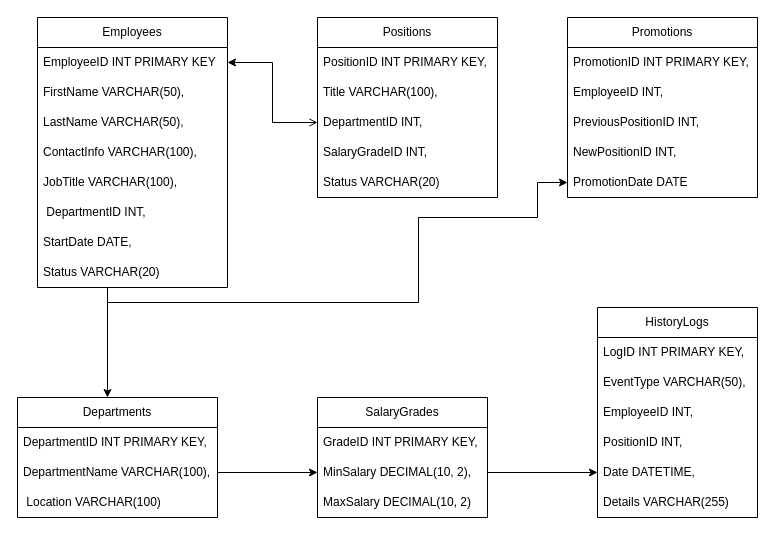
Earlier version of the draw.io diagram Untitled Diagram.drawio (Ynn0/Plantilla). Source tidied: cells renumbered, new cells numbered last; positions are measured from the earlier drawing's top-left corner, leaving out a move shared by most shapes. Both pictures are drawn from the tidied source at 100%, with x=0, y=0 at pixel (17, 17).
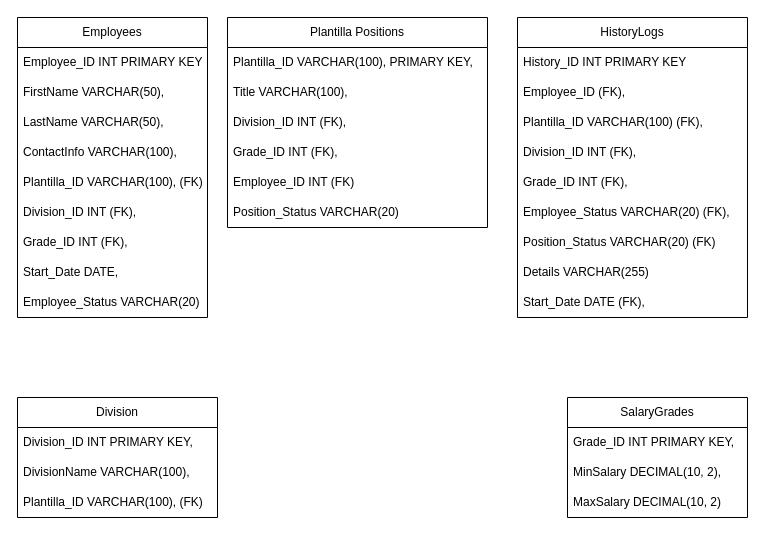
Above is the later version.

Diff of the diagram source:
```diff
@@
-    <mxCell id="2" value="Employees" style="swimlane;fontStyle=0;horizontal=1;startSize=30;whiteSpace=wrap;html=1;" parent="1" vertex="1">
-      <mxGeometry x="20" width="190" height="270" as="geometry" />
+    <mxCell id="2" value="Employees" style="swimlane;fontStyle=0;horizontal=1;startSize=30;whiteSpace=wrap;html=1;labelBackgroundColor=none;" parent="1" vertex="1">
+      <mxGeometry width="190" height="300" as="geometry" />
     </mxCell>
-    <mxCell id="3" value="EmployeeID INT PRIMARY KEY" style="text;strokeColor=none;fillColor=none;align=left;verticalAlign=middle;spacingLeft=4;spacingRight=4;overflow=hidden;points=[[0,0.5],[1,0.5]];portConstraint=eastwest;whiteSpace=wrap;html=1;" parent="2" vertex="1">
+    <mxCell id="3" value="Employee_ID INT PRIMARY KEY" style="text;strokeColor=none;fillColor=none;align=left;verticalAlign=middle;spacingLeft=4;spacingRight=4;overflow=hidden;points=[[0,0.5],[1,0.5]];portConstraint=eastwest;whiteSpace=wrap;html=1;labelBackgroundColor=none;" parent="2" vertex="1">
       <mxGeometry y="30" width="190" height="30" as="geometry" />
     </mxCell>
-    <mxCell id="4" value="FirstName VARCHAR(50)," style="text;strokeColor=none;fillColor=none;align=left;verticalAlign=middle;spacingLeft=4;spacingRight=4;overflow=hidden;whiteSpace=wrap;html=1;" parent="2" vertex="1">
+    <mxCell id="4" value="FirstName VARCHAR(50)," style="text;strokeColor=none;fillColor=none;align=left;verticalAlign=middle;spacingLeft=4;spacingRight=4;overflow=hidden;whiteSpace=wrap;html=1;labelBackgroundColor=none;" parent="2" vertex="1">
       <mxGeometry y="60" width="190" height="30" as="geometry" />
     </mxCell>
-    <mxCell id="5" value="LastName VARCHAR(50)," style="text;strokeColor=none;fillColor=none;align=left;verticalAlign=middle;spacingLeft=4;spacingRight=4;overflow=hidden;whiteSpace=wrap;html=1;" parent="2" vertex="1">
+    <mxCell id="5" value="LastName VARCHAR(50)," style="text;strokeColor=none;fillColor=none;align=left;verticalAlign=middle;spacingLeft=4;spacingRight=4;overflow=hidden;whiteSpace=wrap;html=1;labelBackgroundColor=none;" parent="2" vertex="1">
       <mxGeometry y="90" width="190" height="30" as="geometry" />
     </mxCell>
-    <mxCell id="6" value="ContactInfo VARCHAR(100)," style="text;strokeColor=none;fillColor=none;align=left;verticalAlign=middle;spacingLeft=4;spacingRight=4;overflow=hidden;whiteSpace=wrap;html=1;" parent="2" vertex="1">
+    <mxCell id="6" value="ContactInfo VARCHAR(100)," style="text;strokeColor=none;fillColor=none;align=left;verticalAlign=middle;spacingLeft=4;spacingRight=4;overflow=hidden;whiteSpace=wrap;html=1;labelBackgroundColor=none;" parent="2" vertex="1">
       <mxGeometry y="120" width="190" height="30" as="geometry" />
     </mxCell>
-    <mxCell id="7" value="JobTitle VARCHAR(100)," style="text;strokeColor=none;fillColor=none;align=left;verticalAlign=middle;spacingLeft=4;spacingRight=4;overflow=hidden;whiteSpace=wrap;html=1;" parent="2" vertex="1">
+    <mxCell id="7" value="Plantilla_ID VARCHAR(100), (FK)" style="text;strokeColor=none;fillColor=none;align=left;verticalAlign=middle;spacingLeft=4;spacingRight=4;overflow=hidden;whiteSpace=wrap;html=1;labelBackgroundColor=none;" parent="2" vertex="1">
       <mxGeometry y="150" width="190" height="30" as="geometry" />
     </mxCell>
-    <mxCell id="8" value="&amp;nbsp;DepartmentID INT," style="text;strokeColor=none;fillColor=none;align=left;verticalAlign=middle;spacingLeft=4;spacingRight=4;overflow=hidden;whiteSpace=wrap;html=1;" parent="2" vertex="1">
+    <mxCell id="8" value="Division_ID INT (FK)," style="text;strokeColor=none;fillColor=none;align=left;verticalAlign=middle;spacingLeft=4;spacingRight=4;overflow=hidden;whiteSpace=wrap;html=1;labelBackgroundColor=none;" parent="2" vertex="1">
       <mxGeometry y="180" width="190" height="30" as="geometry" />
     </mxCell>
-    <mxCell id="9" value="StartDate DATE," style="text;strokeColor=none;fillColor=none;align=left;verticalAlign=middle;spacingLeft=4;spacingRight=4;overflow=hidden;whiteSpace=wrap;html=1;" parent="2" vertex="1">
+    <mxCell id="9" value="Grade_ID INT (FK)," style="text;strokeColor=none;fillColor=none;align=left;verticalAlign=middle;spacingLeft=4;spacingRight=4;overflow=hidden;whiteSpace=wrap;html=1;labelBackgroundColor=none;" parent="2" vertex="1">
       <mxGeometry y="210" width="190" height="30" as="geometry" />
     </mxCell>
+    <mxCell id="43" value="Start_Date DATE," style="text;strokeColor=none;fillColor=none;align=left;verticalAlign=middle;spacingLeft=4;spacingRight=4;overflow=hidden;whiteSpace=wrap;html=1;labelBackgroundColor=none;" parent="2" vertex="1">
+      <mxGeometry y="240" width="190" height="30" as="geometry" />
+    </mxCell>
-    <mxCell id="10" value="Status VARCHAR(20)" style="text;strokeColor=none;fillColor=none;align=left;verticalAlign=middle;spacingLeft=4;spacingRight=4;overflow=hidden;whiteSpace=wrap;html=1;" parent="2" vertex="1">
-      <mxGeometry y="240" width="190" height="30" as="geometry" />
+    <mxCell id="10" value="Employee_Status VARCHAR(20)" style="text;strokeColor=none;fillColor=none;align=left;verticalAlign=middle;spacingLeft=4;spacingRight=4;overflow=hidden;whiteSpace=wrap;html=1;labelBackgroundColor=none;" parent="2" vertex="1">
+      <mxGeometry y="270" width="190" height="30" as="geometry" />
     </mxCell>
-    <mxCell id="11" value="Positions" style="swimlane;fontStyle=0;horizontal=1;startSize=30;whiteSpace=wrap;html=1;" parent="1" vertex="1">
-      <mxGeometry x="300" width="180" height="180" as="geometry" />
+    <mxCell id="11" value="Plantilla Positions" style="swimlane;fontStyle=0;horizontal=1;startSize=30;whiteSpace=wrap;html=1;labelBackgroundColor=none;" parent="1" vertex="1">
+      <mxGeometry x="210" width="260" height="210" as="geometry" />
     </mxCell>
-    <mxCell id="12" value="PositionID INT PRIMARY KEY," style="text;strokeColor=none;fillColor=none;align=left;verticalAlign=middle;spacingLeft=4;spacingRight=4;overflow=hidden;whiteSpace=wrap;html=1;" parent="11" vertex="1">
-      <mxGeometry y="30" width="180" height="30" as="geometry" />
+    <mxCell id="12" value="Plantilla_ID VARCHAR(100),&amp;nbsp;PRIMARY KEY," style="text;strokeColor=none;fillColor=none;align=left;verticalAlign=middle;spacingLeft=4;spacingRight=4;overflow=hidden;whiteSpace=wrap;html=1;labelBackgroundColor=none;" parent="11" vertex="1">
+      <mxGeometry y="30" width="260" height="30" as="geometry" />
     </mxCell>
-    <mxCell id="13" value="Title VARCHAR(100)," style="text;strokeColor=none;fillColor=none;align=left;verticalAlign=middle;spacingLeft=4;spacingRight=4;overflow=hidden;whiteSpace=wrap;html=1;" parent="11" vertex="1">
-      <mxGeometry y="60" width="180" height="30" as="geometry" />
+    <mxCell id="13" value="Title VARCHAR(100)," style="text;strokeColor=none;fillColor=none;align=left;verticalAlign=middle;spacingLeft=4;spacingRight=4;overflow=hidden;whiteSpace=wrap;html=1;labelBackgroundColor=none;" parent="11" vertex="1">
+      <mxGeometry y="60" width="260" height="30" as="geometry" />
     </mxCell>
-    <mxCell id="14" value="DepartmentID INT," style="text;strokeColor=none;fillColor=none;align=left;verticalAlign=middle;spacingLeft=4;spacingRight=4;overflow=hidden;points=[[0,0.5],[1,0.5]];portConstraint=eastwest;whiteSpace=wrap;html=1;" parent="11" vertex="1">
-      <mxGeometry y="90" width="180" height="30" as="geometry" />
+    <mxCell id="14" value="Division_ID INT (FK)," style="text;strokeColor=none;fillColor=none;align=left;verticalAlign=middle;spacingLeft=4;spacingRight=4;overflow=hidden;points=[[0,0.5],[1,0.5]];portConstraint=eastwest;whiteSpace=wrap;html=1;labelBackgroundColor=none;" parent="11" vertex="1">
+      <mxGeometry y="90" width="260" height="30" as="geometry" />
     </mxCell>
-    <mxCell id="15" value="SalaryGradeID INT," style="text;strokeColor=none;fillColor=none;align=left;verticalAlign=middle;spacingLeft=4;spacingRight=4;overflow=hidden;whiteSpace=wrap;html=1;" parent="11" vertex="1">
-      <mxGeometry y="120" width="180" height="30" as="geometry" />
-    </mxCell>
-    <mxCell id="16" value="Status VARCHAR(20)" style="text;strokeColor=none;fillColor=none;align=left;verticalAlign=middle;spacingLeft=4;spacingRight=4;overflow=hidden;whiteSpace=wrap;html=1;" parent="11" vertex="1">
-      <mxGeometry y="150" width="180" height="30" as="geometry" />
-    </mxCell>
-    <mxCell id="17" value="Promotions" style="swimlane;fontStyle=0;horizontal=1;startSize=30;whiteSpace=wrap;html=1;" parent="1" vertex="1">
-      <mxGeometry x="550" width="190" height="180" as="geometry" />
-    </mxCell>
-    <mxCell id="18" value="PromotionID INT PRIMARY KEY," style="text;strokeColor=none;fillColor=none;align=left;verticalAlign=middle;spacingLeft=4;spacingRight=4;overflow=hidden;whiteSpace=wrap;html=1;" parent="17" vertex="1">
-      <mxGeometry y="30" width="190" height="30" as="geometry" />
-    </mxCell>
-    <mxCell id="19" value="EmployeeID INT," style="text;strokeColor=none;fillColor=none;align=left;verticalAlign=middle;spacingLeft=4;spacingRight=4;overflow=hidden;whiteSpace=wrap;html=1;" parent="17" vertex="1">
-      <mxGeometry y="60" width="190" height="30" as="geometry" />
-    </mxCell>
-    <mxCell id="20" value="PreviousPositionID INT," style="text;strokeColor=none;fillColor=none;align=left;verticalAlign=middle;spacingLeft=4;spacingRight=4;overflow=hidden;whiteSpace=wrap;html=1;" parent="17" vertex="1">
-      <mxGeometry y="90" width="190" height="30" as="geometry" />
-    </mxCell>
-    <mxCell id="21" value="NewPositionID INT," style="text;strokeColor=none;fillColor=none;align=left;verticalAlign=middle;spacingLeft=4;spacingRight=4;overflow=hidden;whiteSpace=wrap;html=1;" parent="17" vertex="1">
-      <mxGeometry y="120" width="190" height="30" as="geometry" />
-    </mxCell>
-    <mxCell id="22" value="PromotionDate DATE" style="text;strokeColor=none;fillColor=none;align=left;verticalAlign=middle;spacingLeft=4;spacingRight=4;overflow=hidden;points=[[0,0.5],[1,0.5]];portConstraint=eastwest;whiteSpace=wrap;html=1;" parent="17" vertex="1">
-      <mxGeometry y="150" width="190" height="30" as="geometry" />
-    </mxCell>
+    <mxCell id="44" value="Grade_ID INT (FK),&amp;nbsp;" style="text;strokeColor=none;fillColor=none;align=left;verticalAlign=middle;spacingLeft=4;spacingRight=4;overflow=hidden;whiteSpace=wrap;html=1;labelBackgroundColor=none;" parent="11" vertex="1">
+      <mxGeometry y="120" width="260" height="30" as="geometry" />
+    </mxCell>
+    <mxCell id="45" value="Employee_ID INT (FK)" style="text;strokeColor=none;fillColor=none;align=left;verticalAlign=middle;spacingLeft=4;spacingRight=4;overflow=hidden;whiteSpace=wrap;html=1;labelBackgroundColor=none;" parent="11" vertex="1">
+      <mxGeometry y="150" width="260" height="30" as="geometry" />
+    </mxCell>
+    <mxCell id="46" value="Position_Status VARCHAR(20)" style="text;strokeColor=none;fillColor=none;align=left;verticalAlign=middle;spacingLeft=4;spacingRight=4;overflow=hidden;whiteSpace=wrap;html=1;labelBackgroundColor=none;" parent="11" vertex="1">
+      <mxGeometry y="180" width="260" height="30" as="geometry" />
+    </mxCell>
-    <mxCell id="23" value="Departments" style="swimlane;fontStyle=0;horizontal=1;startSize=30;whiteSpace=wrap;html=1;" parent="1" vertex="1">
+    <mxCell id="23" value="Division" style="swimlane;fontStyle=0;horizontal=1;startSize=30;whiteSpace=wrap;html=1;labelBackgroundColor=none;" parent="1" vertex="1">
       <mxGeometry y="380" width="200" height="120" as="geometry" />
     </mxCell>
-    <mxCell id="24" value="DepartmentID INT PRIMARY KEY," style="text;strokeColor=none;fillColor=none;align=left;verticalAlign=middle;spacingLeft=4;spacingRight=4;overflow=hidden;whiteSpace=wrap;html=1;" parent="23" vertex="1">
+    <mxCell id="24" value="Division_ID INT PRIMARY KEY," style="text;strokeColor=none;fillColor=none;align=left;verticalAlign=middle;spacingLeft=4;spacingRight=4;overflow=hidden;whiteSpace=wrap;html=1;labelBackgroundColor=none;" parent="23" vertex="1">
       <mxGeometry y="30" width="200" height="30" as="geometry" />
     </mxCell>
-    <mxCell id="25" value="DepartmentName VARCHAR(100)," style="text;strokeColor=none;fillColor=none;align=left;verticalAlign=middle;spacingLeft=4;spacingRight=4;overflow=hidden;points=[[0,0.5],[1,0.5]];portConstraint=eastwest;whiteSpace=wrap;html=1;" parent="23" vertex="1">
+    <mxCell id="25" value="DivisionName VARCHAR(100)," style="text;strokeColor=none;fillColor=none;align=left;verticalAlign=middle;spacingLeft=4;spacingRight=4;overflow=hidden;points=[[0,0.5],[1,0.5]];portConstraint=eastwest;whiteSpace=wrap;html=1;labelBackgroundColor=none;" parent="23" vertex="1">
       <mxGeometry y="60" width="200" height="30" as="geometry" />
     </mxCell>
-    <mxCell id="26" value="&amp;nbsp;Location VARCHAR(100)" style="text;strokeColor=none;fillColor=none;align=left;verticalAlign=middle;spacingLeft=4;spacingRight=4;overflow=hidden;whiteSpace=wrap;html=1;" parent="23" vertex="1">
+    <mxCell id="26" value="Plantilla_ID VARCHAR(100), (FK)" style="text;strokeColor=none;fillColor=none;align=left;verticalAlign=middle;spacingLeft=4;spacingRight=4;overflow=hidden;whiteSpace=wrap;html=1;labelBackgroundColor=none;" parent="23" vertex="1">
       <mxGeometry y="90" width="200" height="30" as="geometry" />
     </mxCell>
-    <mxCell id="27" value="SalaryGrades" style="swimlane;fontStyle=0;horizontal=1;startSize=30;whiteSpace=wrap;html=1;" parent="1" vertex="1">
-      <mxGeometry x="300" y="380" width="170" height="120" as="geometry" />
+    <mxCell id="27" value="SalaryGrades" style="swimlane;fontStyle=0;horizontal=1;startSize=30;whiteSpace=wrap;html=1;labelBackgroundColor=none;" parent="1" vertex="1">
+      <mxGeometry x="550" y="380" width="180" height="120" as="geometry" />
     </mxCell>
-    <mxCell id="28" value="GradeID INT PRIMARY KEY," style="text;strokeColor=none;fillColor=none;align=left;verticalAlign=middle;spacingLeft=4;spacingRight=4;overflow=hidden;whiteSpace=wrap;html=1;" parent="27" vertex="1">
-      <mxGeometry y="30" width="170" height="30" as="geometry" />
+    <mxCell id="28" value="Grade_ID INT PRIMARY KEY," style="text;strokeColor=none;fillColor=none;align=left;verticalAlign=middle;spacingLeft=4;spacingRight=4;overflow=hidden;whiteSpace=wrap;html=1;labelBackgroundColor=none;" parent="27" vertex="1">
+      <mxGeometry y="30" width="180" height="30" as="geometry" />
     </mxCell>
-    <mxCell id="29" value="MinSalary DECIMAL(10, 2)," style="text;strokeColor=none;fillColor=none;align=left;verticalAlign=middle;spacingLeft=4;spacingRight=4;overflow=hidden;points=[[0,0.5],[1,0.5]];portConstraint=eastwest;whiteSpace=wrap;html=1;" parent="27" vertex="1">
-      <mxGeometry y="60" width="170" height="30" as="geometry" />
+    <mxCell id="29" value="MinSalary DECIMAL(10, 2)," style="text;strokeColor=none;fillColor=none;align=left;verticalAlign=middle;spacingLeft=4;spacingRight=4;overflow=hidden;points=[[0,0.5],[1,0.5]];portConstraint=eastwest;whiteSpace=wrap;html=1;labelBackgroundColor=none;" parent="27" vertex="1">
+      <mxGeometry y="60" width="180" height="30" as="geometry" />
     </mxCell>
-    <mxCell id="30" value="MaxSalary DECIMAL(10, 2)" style="text;strokeColor=none;fillColor=none;align=left;verticalAlign=middle;spacingLeft=4;spacingRight=4;overflow=hidden;whiteSpace=wrap;html=1;" parent="27" vertex="1">
-      <mxGeometry y="90" width="170" height="30" as="geometry" />
+    <mxCell id="30" value="MaxSalary DECIMAL(10, 2)" style="text;strokeColor=none;fillColor=none;align=left;verticalAlign=middle;spacingLeft=4;spacingRight=4;overflow=hidden;whiteSpace=wrap;html=1;labelBackgroundColor=none;" parent="27" vertex="1">
+      <mxGeometry y="90" width="180" height="30" as="geometry" />
     </mxCell>
-    <mxCell id="31" value="HistoryLogs" style="swimlane;fontStyle=0;horizontal=1;startSize=30;whiteSpace=wrap;html=1;" parent="1" vertex="1">
-      <mxGeometry x="580" y="290" width="160" height="210" as="geometry" />
+    <mxCell id="31" value="HistoryLogs" style="swimlane;fontStyle=0;horizontal=1;startSize=30;whiteSpace=wrap;html=1;labelBackgroundColor=none;" parent="1" vertex="1">
+      <mxGeometry x="500" width="230" height="300" as="geometry" />
     </mxCell>
-    <mxCell id="32" value="LogID INT PRIMARY KEY," style="text;strokeColor=none;fillColor=none;align=left;verticalAlign=middle;spacingLeft=4;spacingRight=4;overflow=hidden;whiteSpace=wrap;html=1;" parent="31" vertex="1">
-      <mxGeometry y="30" width="160" height="30" as="geometry" />
+    <mxCell id="32" value="History_ID INT PRIMARY KEY" style="text;strokeColor=none;fillColor=none;align=left;verticalAlign=middle;spacingLeft=4;spacingRight=4;overflow=hidden;whiteSpace=wrap;html=1;labelBackgroundColor=none;" parent="31" vertex="1">
+      <mxGeometry y="30" width="230" height="30" as="geometry" />
     </mxCell>
-    <mxCell id="33" value="EventType VARCHAR(50)," style="text;strokeColor=none;fillColor=none;align=left;verticalAlign=middle;spacingLeft=4;spacingRight=4;overflow=hidden;whiteSpace=wrap;html=1;" parent="31" vertex="1">
-      <mxGeometry y="60" width="160" height="30" as="geometry" />
+    <mxCell id="33" value="Employee_ID (FK)," style="text;strokeColor=none;fillColor=none;align=left;verticalAlign=middle;spacingLeft=4;spacingRight=4;overflow=hidden;whiteSpace=wrap;html=1;labelBackgroundColor=none;" parent="31" vertex="1">
+      <mxGeometry y="60" width="230" height="30" as="geometry" />
     </mxCell>
-    <mxCell id="34" value="EmployeeID INT," style="text;strokeColor=none;fillColor=none;align=left;verticalAlign=middle;spacingLeft=4;spacingRight=4;overflow=hidden;whiteSpace=wrap;html=1;" parent="31" vertex="1">
-      <mxGeometry y="90" width="160" height="30" as="geometry" />
+    <mxCell id="34" value="Plantilla_ID VARCHAR(100) (FK)," style="text;strokeColor=none;fillColor=none;align=left;verticalAlign=middle;spacingLeft=4;spacingRight=4;overflow=hidden;whiteSpace=wrap;html=1;labelBackgroundColor=none;" parent="31" vertex="1">
+      <mxGeometry y="90" width="230" height="30" as="geometry" />
     </mxCell>
-    <mxCell id="35" value="PositionID INT," style="text;strokeColor=none;fillColor=none;align=left;verticalAlign=middle;spacingLeft=4;spacingRight=4;overflow=hidden;whiteSpace=wrap;html=1;" parent="31" vertex="1">
-      <mxGeometry y="120" width="160" height="30" as="geometry" />
+    <mxCell id="35" value="Division_ID INT (FK)," style="text;strokeColor=none;fillColor=none;align=left;verticalAlign=middle;spacingLeft=4;spacingRight=4;overflow=hidden;whiteSpace=wrap;html=1;labelBackgroundColor=none;" parent="31" vertex="1">
+      <mxGeometry y="120" width="230" height="30" as="geometry" />
     </mxCell>
-    <mxCell id="36" value="Date DATETIME," style="text;strokeColor=none;fillColor=none;align=left;verticalAlign=middle;spacingLeft=4;spacingRight=4;overflow=hidden;points=[[0,0.5],[1,0.5]];portConstraint=eastwest;whiteSpace=wrap;html=1;" parent="31" vertex="1">
-      <mxGeometry y="150" width="160" height="30" as="geometry" />
+    <mxCell id="36" value="Grade_ID INT (FK)," style="text;strokeColor=none;fillColor=none;align=left;verticalAlign=middle;spacingLeft=4;spacingRight=4;overflow=hidden;points=[[0,0.5],[1,0.5]];portConstraint=eastwest;whiteSpace=wrap;html=1;labelBackgroundColor=none;" parent="31" vertex="1">
+      <mxGeometry y="150" width="230" height="30" as="geometry" />
     </mxCell>
+    <mxCell id="47" value="Employee_Status VARCHAR(20) (FK)," style="text;strokeColor=none;fillColor=none;align=left;verticalAlign=middle;spacingLeft=4;spacingRight=4;overflow=hidden;whiteSpace=wrap;html=1;labelBackgroundColor=none;" parent="31" vertex="1">
+      <mxGeometry y="180" width="230" height="30" as="geometry" />
+    </mxCell>
+    <mxCell id="48" value="Position_Status VARCHAR(20) (FK)" style="text;strokeColor=none;fillColor=none;align=left;verticalAlign=middle;spacingLeft=4;spacingRight=4;overflow=hidden;whiteSpace=wrap;html=1;labelBackgroundColor=none;" parent="31" vertex="1">
+      <mxGeometry y="210" width="230" height="30" as="geometry" />
+    </mxCell>
-    <mxCell id="37" value="Details VARCHAR(255)" style="text;strokeColor=none;fillColor=none;align=left;verticalAlign=middle;spacingLeft=4;spacingRight=4;overflow=hidden;whiteSpace=wrap;html=1;" parent="31" vertex="1">
-      <mxGeometry y="180" width="160" height="30" as="geometry" />
+    <mxCell id="37" value="Details VARCHAR(255)" style="text;strokeColor=none;fillColor=none;align=left;verticalAlign=middle;spacingLeft=4;spacingRight=4;overflow=hidden;whiteSpace=wrap;html=1;labelBackgroundColor=none;" parent="31" vertex="1">
+      <mxGeometry y="240" width="230" height="30" as="geometry" />
     </mxCell>
-    <mxCell id="38" style="edgeStyle=orthogonalEdgeStyle;rounded=0;jettySize=auto;html=1;exitX=0;exitY=0.5;exitDx=0;exitDy=0;entryX=1;entryY=0.5;entryDx=0;entryDy=0;startArrow=open;startFill=0;" parent="1" edge="1" source="14" target="3">
-      <mxGeometry relative="1" as="geometry" />
-    </mxCell>
-    <mxCell id="39" style="edgeStyle=orthogonalEdgeStyle;rounded=0;jettySize=auto;html=1;entryX=0;entryY=0.5;entryDx=0;entryDy=0;" parent="1" edge="1" target="22">
-      <mxGeometry relative="1" as="geometry">
-        <mxPoint x="90" y="270" as="sourcePoint" />
-        <Array as="points">
-          <mxPoint x="90" y="285" />
-          <mxPoint x="401" y="285" />
-          <mxPoint x="401" y="200" />
-          <mxPoint x="520" y="200" />
-          <mxPoint x="520" y="165" />
-        </Array>
-      </mxGeometry>
-    </mxCell>
-    <mxCell id="40" style="edgeStyle=orthogonalEdgeStyle;rounded=0;jettySize=auto;html=1;exitX=1;exitY=0.5;exitDx=0;exitDy=0;entryX=0;entryY=0.5;entryDx=0;entryDy=0;" parent="1" edge="1" source="25" target="29">
-      <mxGeometry relative="1" as="geometry" />
-    </mxCell>
-    <mxCell id="41" style="edgeStyle=orthogonalEdgeStyle;rounded=0;jettySize=auto;html=1;exitX=1;exitY=0.5;exitDx=0;exitDy=0;entryX=0;entryY=0.5;entryDx=0;entryDy=0;" parent="1" edge="1" source="29" target="36">
-      <mxGeometry relative="1" as="geometry" />
-    </mxCell>
-    <mxCell id="42" style="endArrow=classic;html=1;rounded=0;" parent="1" edge="1">
-      <mxGeometry relative="1" as="geometry">
-        <mxPoint x="90" y="280" as="sourcePoint" />
-        <mxPoint x="90" y="380" as="targetPoint" />
-      </mxGeometry>
-    </mxCell>
+    <mxCell id="49" value="Start_Date DATE (FK)," style="text;strokeColor=none;fillColor=none;align=left;verticalAlign=middle;spacingLeft=4;spacingRight=4;overflow=hidden;whiteSpace=wrap;html=1;labelBackgroundColor=none;" parent="31" vertex="1">
+      <mxGeometry y="270" width="230" height="30" as="geometry" />
+    </mxCell>
```
